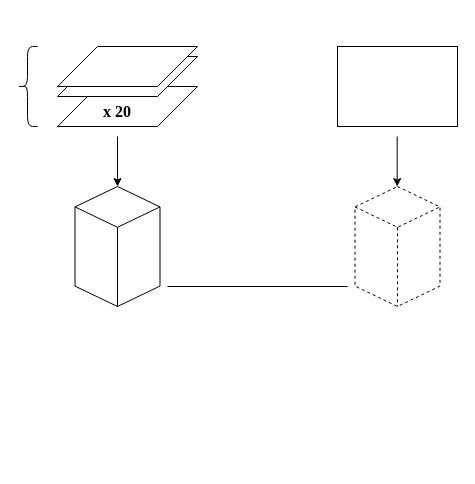
This is Visual_Inspection.drawio from lkebnl/Draw_IO, a draw.io file, before an edit. Source tidied: cells renumbered, new cells numbered last; positions are measured from the earlier drawing's top-left corner, leaving out a move shared by most shapes. Both pictures are drawn from the tidied source at 100%, with x=0, y=0 at pixel (17, 46).
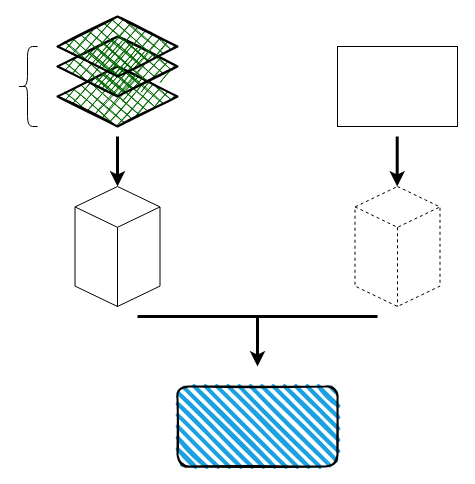
The same diagram, later.

The edit, as a diff of the source:
```diff
@@
 <mxGraphModel>
   <root>
     <mxCell id="0" />
     <mxCell id="1" parent="0" />
-    <mxCell id="2" style="shape=parallelogram;perimeter=parallelogramPerimeter;whiteSpace=wrap;html=1;fixedSize=1;size=40;" parent="1" vertex="1">
-      <mxGeometry x="40" y="40" width="140" height="40" as="geometry" />
-    </mxCell>
-    <mxCell id="3" style="shape=parallelogram;perimeter=parallelogramPerimeter;whiteSpace=wrap;html=1;fixedSize=1;size=40;" parent="1" vertex="1">
-      <mxGeometry x="40" y="10" width="140" height="40" as="geometry" />
-    </mxCell>
-    <mxCell id="4" style="shape=parallelogram;perimeter=parallelogramPerimeter;whiteSpace=wrap;html=1;fixedSize=1;size=40;" parent="1" vertex="1">
-      <mxGeometry x="40" width="140" height="40" as="geometry" />
-    </mxCell>
+    <mxCell id="13" style="rhombus;whiteSpace=wrap;html=1;strokeWidth=2;fillWeight=-1;hachureGap=8;fillStyle=cross-hatch;fillColor=#006600;sketch=1;" parent="1" vertex="1">
+      <mxGeometry x="40" y="20" width="120" height="60" as="geometry" />
+    </mxCell>
+    <mxCell id="14" style="rhombus;whiteSpace=wrap;html=1;strokeWidth=2;fillWeight=-1;hachureGap=8;fillStyle=cross-hatch;fillColor=#006600;sketch=1;" parent="1" vertex="1">
+      <mxGeometry x="40" y="-10" width="120" height="60" as="geometry" />
+    </mxCell>
     <mxCell id="5" style="shape=curlyBracket;whiteSpace=wrap;html=1;rounded=1;labelPosition=left;verticalLabelPosition=middle;align=right;verticalAlign=middle;" parent="1" vertex="1">
       <mxGeometry width="20" height="80" as="geometry" />
     </mxCell>
-    <mxCell id="6" value="x 20" style="text;html=1;align=center;verticalAlign=middle;whiteSpace=wrap;rounded=0;fontSize=16;fontStyle=1;fontFamily=Times New Roman;" parent="1" vertex="1">
-      <mxGeometry x="70" y="50" width="60" height="30" as="geometry" />
-    </mxCell>
     <mxCell id="7" style="rounded=0;whiteSpace=wrap;html=1;" parent="1" vertex="1">
       <mxGeometry x="320" width="120" height="80" as="geometry" />
     </mxCell>
     <mxCell id="8" style="html=1;whiteSpace=wrap;shape=isoCube2;backgroundOutline=1;isoAngle=15;" parent="1" vertex="1">
       <mxGeometry x="57.5" y="140" width="85" height="120" as="geometry" />
     </mxCell>
     <mxCell id="9" style="html=1;whiteSpace=wrap;shape=isoCube2;backgroundOutline=1;isoAngle=15;dashed=1;" parent="1" vertex="1">
       <mxGeometry x="337.5" y="140" width="85" height="120" as="geometry" />
     </mxCell>
-    <mxCell id="10" style="endArrow=classic;html=1;rounded=0;" parent="1" edge="1" target="8">
+    <mxCell id="10" style="endArrow=classic;html=1;rounded=0;strokeWidth=3;" parent="1" edge="1" target="8">
       <mxGeometry relative="1" as="geometry">
         <mxPoint x="100" y="90" as="sourcePoint" />
       </mxGeometry>
     </mxCell>
-    <mxCell id="11" style="endArrow=classic;html=1;rounded=0;" parent="1" edge="1">
+    <mxCell id="11" style="endArrow=classic;html=1;rounded=0;strokeWidth=3;" parent="1" edge="1">
       <mxGeometry relative="1" as="geometry">
         <mxPoint x="379.7" y="90" as="sourcePoint" />
         <mxPoint x="379.7" y="140" as="targetPoint" />
       </mxGeometry>
     </mxCell>
-    <mxCell id="12" style="endArrow=none;html=1;rounded=0;" parent="1" edge="1">
+    <mxCell id="12" style="endArrow=none;html=1;rounded=0;strokeWidth=3;" parent="1" edge="1">
       <mxGeometry relative="1" as="geometry">
-        <mxPoint x="150" y="240" as="sourcePoint" />
-        <mxPoint x="330" y="240" as="targetPoint" />
+        <mxPoint x="120" y="270" as="sourcePoint" />
+        <mxPoint x="360" y="270" as="targetPoint" />
       </mxGeometry>
     </mxCell>
+    <mxCell id="15" style="endArrow=classic;html=1;rounded=0;strokeWidth=3;" parent="1" edge="1">
+      <mxGeometry relative="1" as="geometry">
+        <mxPoint x="240" y="270" as="sourcePoint" />
+        <mxPoint x="240" y="320" as="targetPoint" />
+      </mxGeometry>
+    </mxCell>
+    <mxCell id="16" style="rounded=1;whiteSpace=wrap;html=1;strokeWidth=2;fillWeight=4;hachureGap=8;hachureAngle=45;fillColor=#1ba1e2;sketch=1;" parent="1" vertex="1">
+      <mxGeometry x="160" y="340" width="160" height="80" as="geometry" />
+    </mxCell>
+    <mxCell id="17" style="rhombus;whiteSpace=wrap;html=1;strokeWidth=2;fillWeight=-1;hachureGap=8;fillStyle=cross-hatch;fillColor=#006600;sketch=1;" parent="1" vertex="1">
+      <mxGeometry x="40" y="-30" width="120" height="60" as="geometry" />
+    </mxCell>
   </root>
 </mxGraphModel>
```
